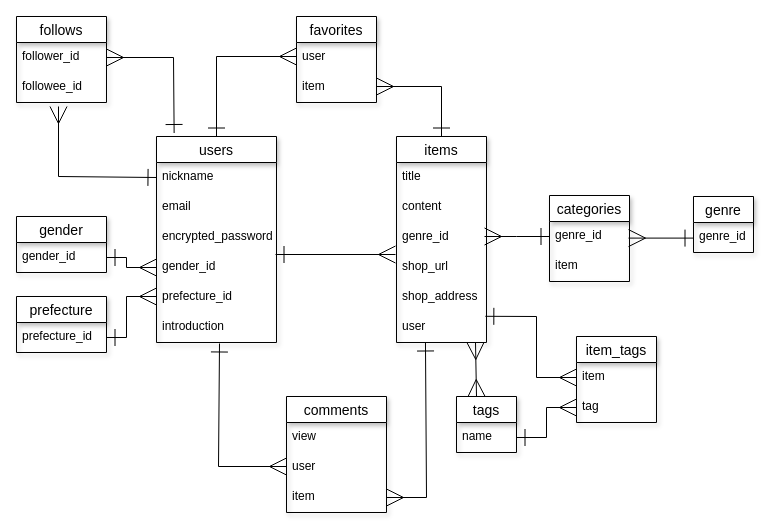
The draw.io diagram er.dio in samape/okurimono, before the edit. Source tidied: cells renumbered, new cells numbered last; positions are measured from the earlier drawing's top-left corner, leaving out a move shared by most shapes. Both pictures are drawn from the tidied source at 100%, with x=0, y=0 at pixel (16, 16).
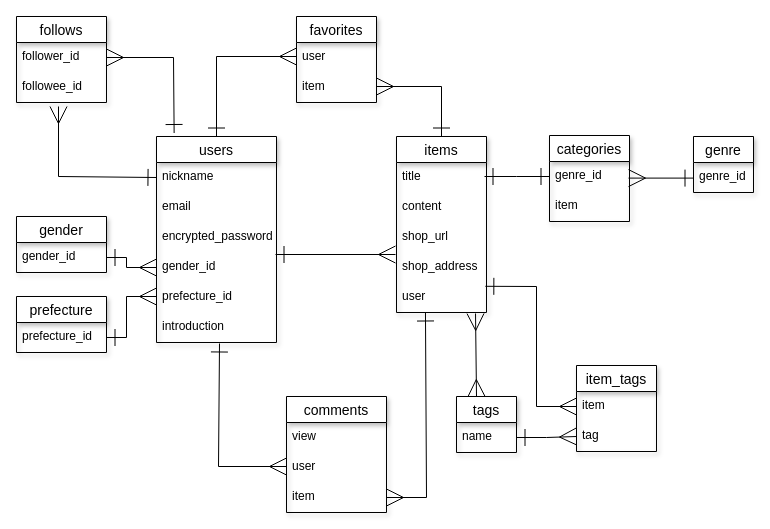
Above is the later version.

The change refers to these unchanged cells:
```xml
<mxCell id="32" value="genre_id" style="text;strokeColor=none;fillColor=none;spacingLeft=4;spacingRight=4;overflow=hidden;points=[[0,0.5],[1,0.5]];portConstraint=eastwest;fontSize=12;" parent="31" vertex="1">
  <mxGeometry y="26" width="80" height="30" as="geometry" />
</mxCell>
<mxCell id="37" value="item" style="text;strokeColor=none;fillColor=none;spacingLeft=4;spacingRight=4;overflow=hidden;points=[[0,0.5],[1,0.5]];portConstraint=eastwest;fontSize=12;" parent="36" vertex="1">
  <mxGeometry y="26" width="80" height="30" as="geometry" />
</mxCell>
<mxCell id="38" value="tag" style="text;strokeColor=none;fillColor=none;spacingLeft=4;spacingRight=4;overflow=hidden;points=[[0,0.5],[1,0.5]];portConstraint=eastwest;fontSize=12;" parent="36" vertex="1">
  <mxGeometry y="56" width="80" height="30" as="geometry" />
</mxCell>
<mxCell id="40" value="name" style="text;strokeColor=none;fillColor=none;spacingLeft=4;spacingRight=4;overflow=hidden;points=[[0,0.5],[1,0.5]];portConstraint=eastwest;fontSize=12;" parent="39" vertex="1">
  <mxGeometry y="26" width="60" height="30" as="geometry" />
</mxCell>
```

Change to the diagram source:
```diff
@@
     <mxCell id="16" value="items" style="swimlane;fontStyle=0;horizontal=1;startSize=26;align=center;fontSize=14;shadow=1;" parent="1" vertex="1">
-      <mxGeometry x="380" y="120" width="90" height="206" as="geometry" />
+      <mxGeometry x="380" y="120" width="90" height="176" as="geometry" />
     </mxCell>
@@
-    <mxCell id="19" value="genre_id" style="text;strokeColor=none;fillColor=none;spacingLeft=4;spacingRight=4;overflow=hidden;fontSize=12;" parent="16" vertex="1">
-      <mxGeometry y="86" width="90" height="30" as="geometry" />
-    </mxCell>
     <mxCell id="20" value="shop_url" style="text;strokeColor=none;fillColor=none;spacingLeft=4;spacingRight=4;overflow=hidden;fontSize=12;" parent="16" vertex="1">
-      <mxGeometry y="116" width="90" height="30" as="geometry" />
+      <mxGeometry y="86" width="90" height="30" as="geometry" />
     </mxCell>
     <mxCell id="21" value="shop_address" style="text;strokeColor=none;fillColor=none;spacingLeft=4;spacingRight=4;overflow=hidden;fontSize=12;" parent="16" vertex="1">
-      <mxGeometry y="146" width="90" height="30" as="geometry" />
+      <mxGeometry y="116" width="90" height="30" as="geometry" />
     </mxCell>
     <mxCell id="22" value="user" style="text;strokeColor=none;fillColor=none;spacingLeft=4;spacingRight=4;overflow=hidden;points=[[0,0.5],[1,0.5]];portConstraint=eastwest;fontSize=12;" parent="16" vertex="1">
-      <mxGeometry y="176" width="90" height="30" as="geometry" />
+      <mxGeometry y="146" width="90" height="30" as="geometry" />
     </mxCell>
@@
     <mxCell id="31" value="categories" style="swimlane;fontStyle=0;horizontal=1;startSize=26;align=center;fontSize=14;shadow=1;" parent="1" vertex="1">
-      <mxGeometry x="533" y="179" width="80" height="86" as="geometry" />
+      <mxGeometry x="533" y="119" width="80" height="86" as="geometry" />
     </mxCell>
@@
     <mxCell id="34" value="genre" style="swimlane;fontStyle=0;horizontal=1;startSize=26;align=center;fontSize=14;shadow=1;" parent="1" vertex="1">
-      <mxGeometry x="677" y="180" width="60" height="56" as="geometry" />
+      <mxGeometry x="677" y="120" width="60" height="56" as="geometry" />
     </mxCell>
@@
     <mxCell id="36" value="item_tags" style="swimlane;fontStyle=0;horizontal=1;startSize=26;align=center;fontSize=14;shadow=1;" parent="1" vertex="1">
-      <mxGeometry x="560" y="320" width="80" height="86" as="geometry" />
+      <mxGeometry x="560" y="349" width="80" height="86" as="geometry" />
     </mxCell>
@@
     <mxCell id="49" style="endArrow=ERmany;html=1;rounded=0;endFill=0;startArrow=ERone;startFill=0;endSize=15;startSize=15;strokeWidth=1;entryX=0;entryY=0.5;entryDx=0;entryDy=0;exitX=0.987;exitY=0.127;exitDx=0;exitDy=0;exitPerimeter=0;" parent="1" edge="1" source="22" target="37">
       <mxGeometry relative="1" as="geometry">
         <Array as="points">
-          <mxPoint x="520" y="300" />
-          <mxPoint x="520" y="361" />
+          <mxPoint x="520" y="270" />
+          <mxPoint x="520" y="390" />
         </Array>
       </mxGeometry>
     </mxCell>
     <mxCell id="50" style="endArrow=ERmany;html=1;rounded=0;endFill=0;startArrow=ERone;startFill=0;endSize=15;startSize=15;strokeWidth=1;entryX=0;entryY=0.5;entryDx=0;entryDy=0;exitX=1;exitY=0.5;exitDx=0;exitDy=0;" parent="1" edge="1" source="40" target="38">
       <mxGeometry relative="1" as="geometry">
         <Array as="points">
           <mxPoint x="530" y="421" />
-          <mxPoint x="530" y="391" />
         </Array>
       </mxGeometry>
     </mxCell>
-    <mxCell id="51" style="endArrow=ERmany;html=1;rounded=0;endFill=0;startArrow=ERone;startFill=0;endSize=15;startSize=15;strokeWidth=1;exitX=0;exitY=0.5;exitDx=0;exitDy=0;" parent="1" edge="1" source="32">
+    <mxCell id="51" style="endArrow=ERone;html=1;rounded=0;endFill=0;startArrow=ERone;startFill=0;endSize=15;startSize=15;strokeWidth=1;exitX=0;exitY=0.5;exitDx=0;exitDy=0;" parent="1" edge="1" source="32">
       <mxGeometry relative="1" as="geometry">
-        <mxPoint x="468" y="220" as="targetPoint" />
+        <mxPoint x="468" y="160" as="targetPoint" />
         <Array as="points">
-          <mxPoint x="500" y="220" />
+          <mxPoint x="500" y="160" />
         </Array>
       </mxGeometry>
     </mxCell>
     <mxCell id="52" style="endArrow=ERmany;html=1;rounded=0;endFill=0;startArrow=ERone;startFill=0;endSize=15;startSize=15;strokeWidth=1;exitX=0;exitY=0.5;exitDx=0;exitDy=0;" parent="1" edge="1">
       <mxGeometry relative="1" as="geometry">
-        <mxPoint x="677" y="221.6" as="sourcePoint" />
-        <mxPoint x="612" y="221.6" as="targetPoint" />
+        <mxPoint x="677" y="161.6" as="sourcePoint" />
+        <mxPoint x="612" y="161.6" as="targetPoint" />
       </mxGeometry>
     </mxCell>
-    <mxCell id="53" style="endArrow=ERmany;html=1;rounded=0;endFill=0;startArrow=ERmany;startFill=0;endSize=15;startSize=15;strokeWidth=1;exitX=0.322;exitY=1;exitDx=0;exitDy=0;exitPerimeter=0;" parent="1" edge="1">
+    <mxCell id="53" style="endArrow=ERmany;html=1;rounded=0;endFill=0;startArrow=ERmany;startFill=0;endSize=15;startSize=15;strokeWidth=1;exitX=0.878;exitY=1.033;exitDx=0;exitDy=0;exitPerimeter=0;" parent="1" edge="1" source="22">
       <mxGeometry relative="1" as="geometry">
-        <mxPoint x="459" y="326" as="sourcePoint" />
         <mxPoint x="460" y="380" as="targetPoint" />
       </mxGeometry>
     </mxCell>
```
